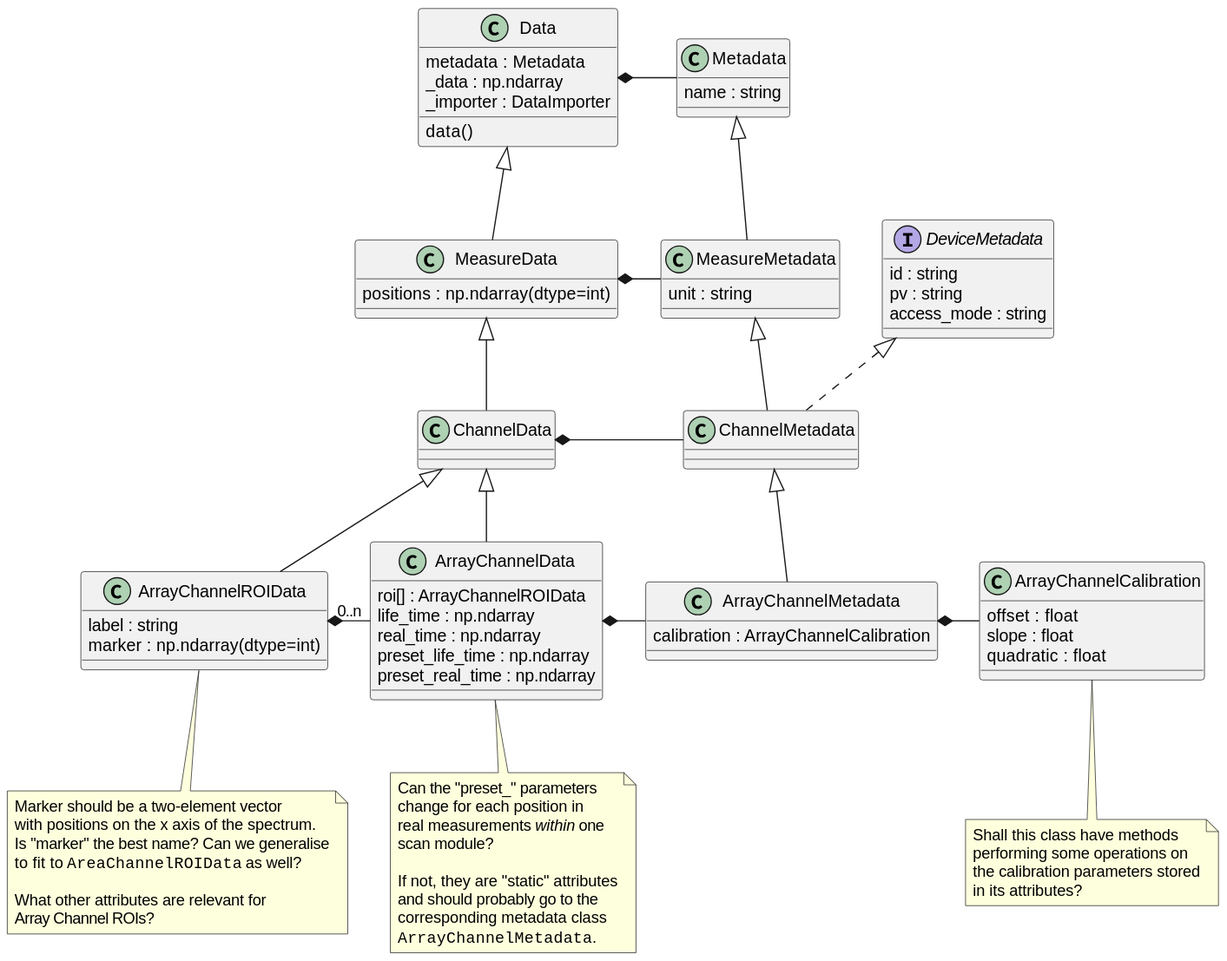
Earlier version of the PlantUML export docs/uml/arraychannel.svg (tillbiskup/evedata). The source it was exported from:
```plantuml
@startuml

class Data {
    metadata : Metadata
    _data : np.ndarray
    _importer : DataImporter
    data()
}

Data *- Metadata

class MeasureData extends Data {
    {field} positions : np.ndarray(dtype=int)
}

MeasureData *- MeasureMetadata

class ChannelData extends MeasureData

ChannelData *- ChannelMetadata

class ArrayChannelData extends ChannelData {
    roi[] : ArrayChannelROIData
    life_time : np.ndarray
    real_time : np.ndarray
    preset_life_time : np.ndarray
    preset_real_time : np.ndarray
}
note bottom of ArrayChannelData
    Can the "preset_" parameters
    change for each position in
    real measurements <i>within</i> one
    scan module?

    If not, they are "static" attributes
    and should probably go to the
    corresponding metadata class
    ""ArrayChannelMetadata"".
end note

ArrayChannelData *- ArrayChannelMetadata

ArrayChannelROIData "0..n"  *- ArrayChannelData

class ArrayChannelROIData extends ChannelData{
    {field} label : string
    {field} marker : np.ndarray(dtype=int)
}
note bottom of ArrayChannelROIData
    Marker should be a two-element vector
    with positions on the x axis of the spectrum.
    Is "marker" the best name? Can we generalise
    to fit to ""AreaChannelROIData"" as well?

    What other attributes are relevant for
    Array Channel ROIs?
end note


class Metadata {
    name : string
}

class MeasureMetadata extends Metadata {
    unit : string
}

interface DeviceMetadata {
    id : string
    pv : string
    access_mode : string
}

class ChannelMetadata extends MeasureMetadata implements DeviceMetadata

class ArrayChannelMetadata extends ChannelMetadata {
    calibration : ArrayChannelCalibration
}

ArrayChannelMetadata *- ArrayChannelCalibration

class ArrayChannelCalibration {
    offset : float
    slope : float
    quadratic : float
}
note bottom of ArrayChannelCalibration
    Shall this class have methods
    performing some operations on
    the calibration parameters stored
    in its attributes?
end note
@enduml
```
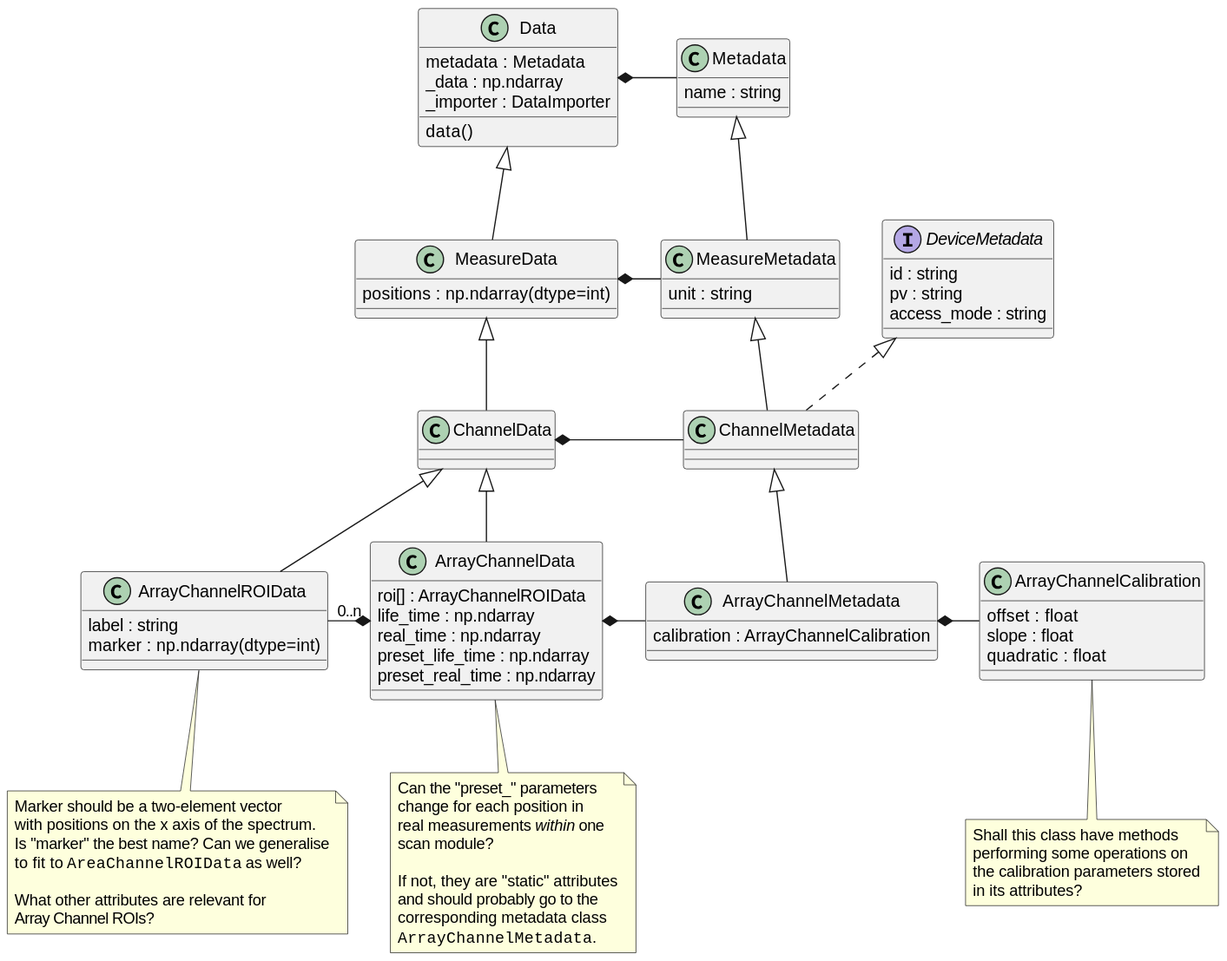
Above is the later version.

The edit, as a diff of the source:
```diff
@@ -40,7 +40,7 @@
 
 ArrayChannelData *- ArrayChannelMetadata
 
-ArrayChannelROIData "0..n"  *- ArrayChannelData
+ArrayChannelROIData "0..n" -* ArrayChannelData
 
 class ArrayChannelROIData extends ChannelData{
     {field} label : string
```
